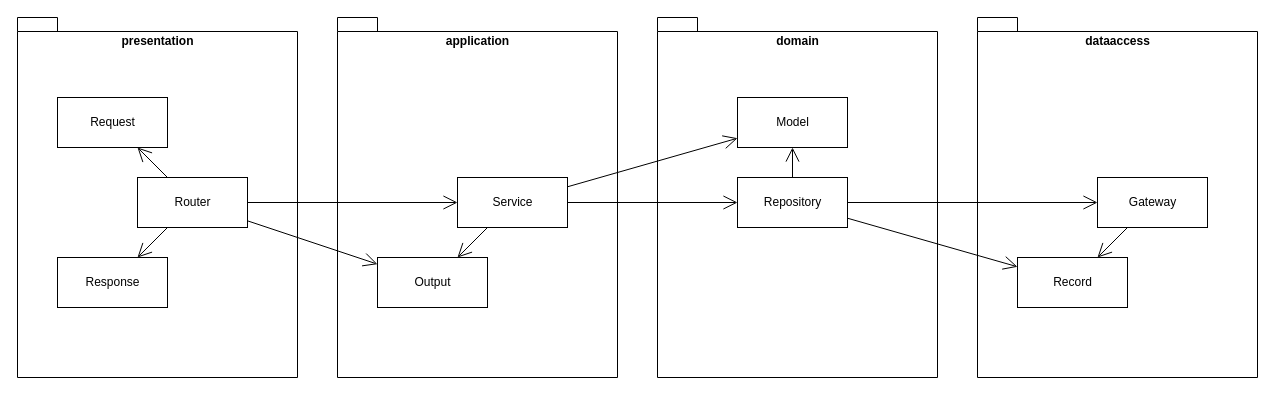
Before: docs/architecture.drawio in UR-deR/reversi, a draw.io diagram. Source tidied: cells renumbered, new cells numbered last; positions are measured from the earlier drawing's top-left corner, leaving out a move shared by most shapes. Both pictures are drawn from the tidied source at 100%, with x=0, y=0 at pixel (17, 17).
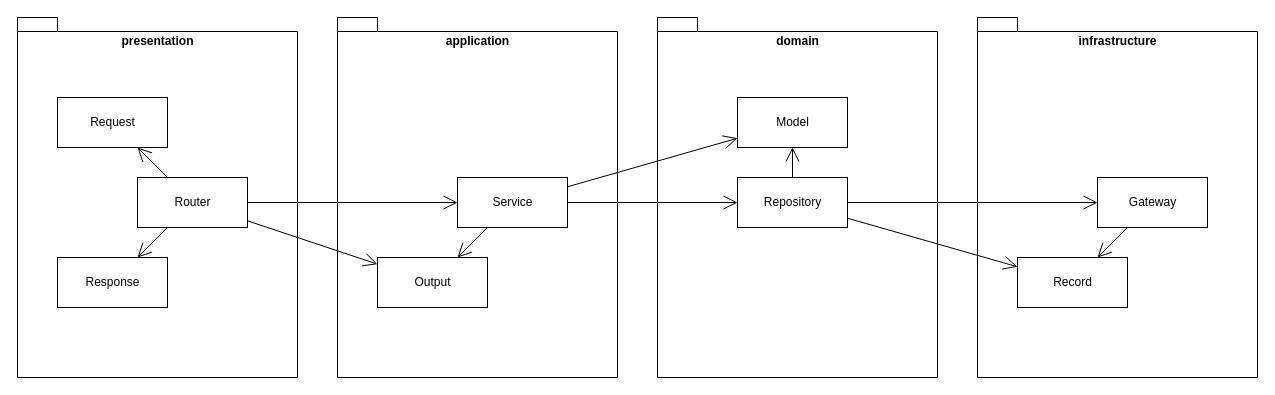
After the change.

The edit, as a diff of the source:
```diff
@@
-    <mxCell id="5" value="dataaccess" style="shape=folder;fontStyle=1;spacingTop=10;tabWidth=40;tabHeight=14;tabPosition=left;html=1;verticalAlign=top;fillColor=none;" parent="1" vertex="1">
+    <mxCell id="5" value="infrastructure" style="shape=folder;fontStyle=1;spacingTop=10;tabWidth=40;tabHeight=14;tabPosition=left;html=1;verticalAlign=top;fillColor=none;" parent="1" vertex="1">
       <mxGeometry x="960" width="280" height="360" as="geometry" />
     </mxCell>
```
